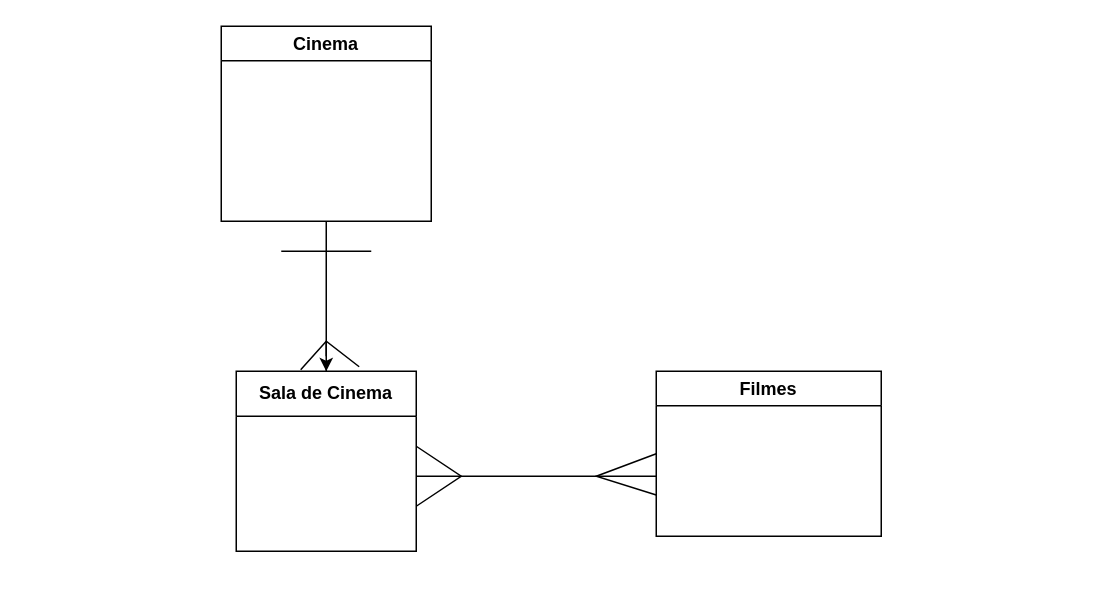
DaianaRodrigues/Banco-de-dados keeps this draw.io diagram as Diagrama sem nome.drawio. Above is the earlier version. Source tidied: cells renumbered, new cells numbered last; positions are measured from the earlier drawing's top-left corner, leaving out a move shared by most shapes. Both pictures are drawn from the tidied source at 150%, with x=0, y=0 at pixel (220, 26).
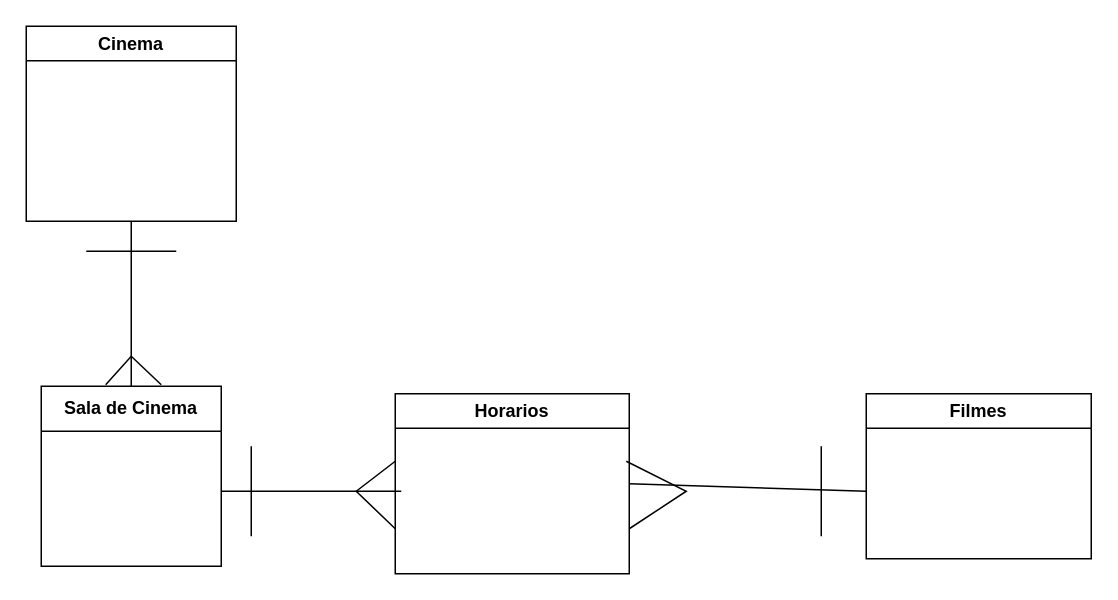
The same page after the edit.

Diff of the diagram source:
```diff
@@
     <mxCell id="2" value="Cinema" style="swimlane;whiteSpace=wrap;html=1;" parent="1" vertex="1">
-      <mxGeometry width="140" height="130" as="geometry" />
+      <mxGeometry x="-130" width="140" height="130" as="geometry" />
     </mxCell>
-    <mxCell id="3" style="edgeStyle=orthogonalEdgeStyle;rounded=0;jettySize=auto;html=1;" parent="1" edge="1" source="4">
-      <mxGeometry relative="1" as="geometry">
-        <mxPoint x="70" y="230" as="targetPoint" />
-      </mxGeometry>
-    </mxCell>
     <mxCell id="4" value="Sala de Cinema" style="swimlane;whiteSpace=wrap;html=1;startSize=30;" parent="1" vertex="1">
-      <mxGeometry x="10" y="230" width="120" height="120" as="geometry" />
+      <mxGeometry x="-120" y="240" width="120" height="120" as="geometry" />
     </mxCell>
-    <mxCell id="5" style="endArrow=none;html=1;rounded=0;entryX=0.5;entryY=1;entryDx=0;entryDy=0;" parent="1" edge="1" target="2">
-      <mxGeometry relative="1" as="geometry">
-        <mxPoint x="70" y="220" as="sourcePoint" />
-      </mxGeometry>
+    <mxCell id="5" style="endArrow=none;html=1;rounded=0;entryX=0.5;entryY=1;entryDx=0;entryDy=0;exitX=0.5;exitY=0;exitDx=0;exitDy=0;" parent="1" edge="1" source="4" target="2">
+      <mxGeometry relative="1" as="geometry" />
     </mxCell>
     <mxCell id="6" style="endArrow=none;html=1;rounded=0;" parent="1" edge="1">
       <mxGeometry relative="1" as="geometry">
-        <mxPoint x="100" y="150" as="sourcePoint" />
-        <mxPoint x="40" y="150" as="targetPoint" />
+        <mxPoint x="-30" y="150" as="sourcePoint" />
+        <mxPoint x="-90" y="150" as="targetPoint" />
         <Array as="points">
-          <mxPoint x="70" y="150" />
+          <mxPoint x="-60" y="150" />
         </Array>
       </mxGeometry>
     </mxCell>
-    <mxCell id="7" style="endArrow=none;html=1;rounded=0;exitX=0.358;exitY=-0.008;exitDx=0;exitDy=0;exitPerimeter=0;entryX=0.683;entryY=-0.025;entryDx=0;entryDy=0;entryPerimeter=0;" parent="1" edge="1" source="4" target="4">
+    <mxCell id="7" style="endArrow=none;html=1;rounded=0;exitX=0.358;exitY=-0.008;exitDx=0;exitDy=0;exitPerimeter=0;" parent="1" edge="1" source="4">
       <mxGeometry relative="1" as="geometry">
+        <mxPoint x="-40" y="239" as="targetPoint" />
         <Array as="points">
-          <mxPoint x="70" y="210" />
+          <mxPoint x="-60" y="220" />
         </Array>
       </mxGeometry>
     </mxCell>
     <mxCell id="8" value="Filmes" style="swimlane;whiteSpace=wrap;html=1;" parent="1" vertex="1">
-      <mxGeometry x="290" y="230" width="150" height="110" as="geometry" />
+      <mxGeometry x="430" y="245" width="150" height="110" as="geometry" />
     </mxCell>
     <mxCell id="9" style="endArrow=none;html=1;rounded=0;" parent="1" edge="1">
       <mxGeometry relative="1" as="geometry">
-        <mxPoint x="130" y="300" as="sourcePoint" />
-        <mxPoint x="290" y="300" as="targetPoint" />
+        <mxPoint y="310" as="sourcePoint" />
+        <mxPoint x="120" y="310" as="targetPoint" />
       </mxGeometry>
     </mxCell>
-    <mxCell id="10" style="endArrow=none;html=1;rounded=0;entryX=1;entryY=0.75;entryDx=0;entryDy=0;" parent="1" edge="1" target="4">
-      <mxGeometry relative="1" as="geometry">
-        <mxPoint x="130" y="280" as="sourcePoint" />
-        <Array as="points">
-          <mxPoint x="160" y="300" />
-        </Array>
-      </mxGeometry>
-    </mxCell>
-    <mxCell id="11" style="endArrow=none;html=1;rounded=0;exitX=0;exitY=0.5;exitDx=0;exitDy=0;entryX=0;entryY=0.75;entryDx=0;entryDy=0;" parent="1" edge="1" source="8" target="8">
+    <mxCell id="11" style="endArrow=none;html=1;rounded=0;" parent="1" edge="1">
       <mxGeometry relative="1" as="geometry">
+        <mxPoint x="400" y="280" as="sourcePoint" />
+        <mxPoint x="400" y="340" as="targetPoint" />
         <Array as="points">
-          <mxPoint x="250" y="300" />
+          <mxPoint x="400" y="310" />
         </Array>
       </mxGeometry>
     </mxCell>
+    <mxCell id="12" value="Horarios" style="swimlane;whiteSpace=wrap;html=1;" parent="1" vertex="1">
+      <mxGeometry x="116" y="245" width="156" height="120" as="geometry" />
+    </mxCell>
+    <mxCell id="13" style="endArrow=none;html=1;rounded=0;" parent="1" edge="1">
+      <mxGeometry relative="1" as="geometry">
+        <mxPoint x="20" y="340" as="sourcePoint" />
+        <mxPoint x="20" y="280" as="targetPoint" />
+        <Array as="points">
+          <mxPoint x="20" y="310" />
+        </Array>
+      </mxGeometry>
+    </mxCell>
+    <mxCell id="14" style="endArrow=none;html=1;rounded=0;entryX=0;entryY=0.75;entryDx=0;entryDy=0;" parent="1" edge="1" target="12">
+      <mxGeometry relative="1" as="geometry">
+        <mxPoint x="116" y="290" as="sourcePoint" />
+        <Array as="points">
+          <mxPoint x="90" y="310" />
+        </Array>
+      </mxGeometry>
+    </mxCell>
+    <mxCell id="15" style="endArrow=none;html=1;rounded=0;exitX=1;exitY=0.5;exitDx=0;exitDy=0;" parent="1" edge="1" source="12">
+      <mxGeometry relative="1" as="geometry">
+        <mxPoint x="430" y="310" as="targetPoint" />
+      </mxGeometry>
+    </mxCell>
+    <mxCell id="16" style="endArrow=none;html=1;rounded=0;entryX=1;entryY=0.75;entryDx=0;entryDy=0;" parent="1" edge="1" target="12">
+      <mxGeometry relative="1" as="geometry">
+        <mxPoint x="270" y="290" as="sourcePoint" />
+        <Array as="points">
+          <mxPoint x="310" y="310" />
+        </Array>
+      </mxGeometry>
+    </mxCell>
```
